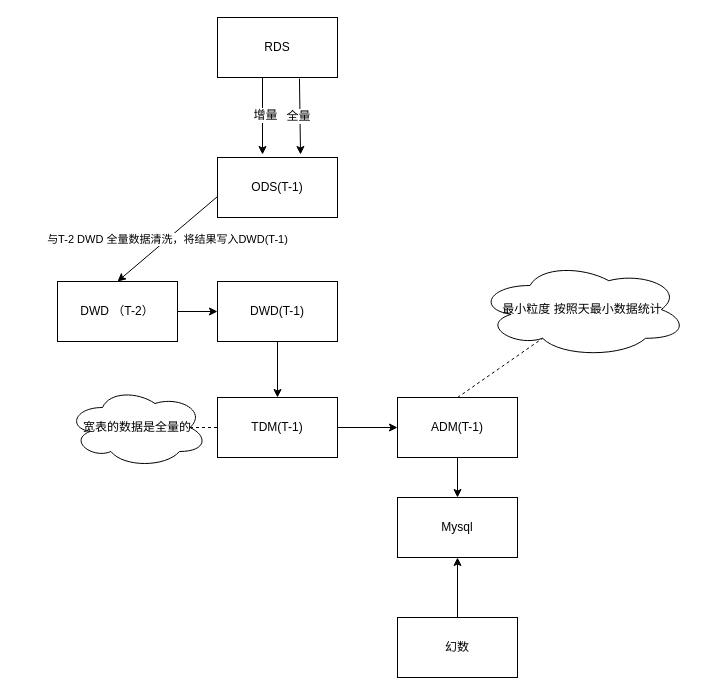
Earlier version of the draw.io diagram page "BI报表" (1 of 2) of 恒大人寿.drawio (xrh169/draw). Source tidied: cells renumbered, new cells numbered last; positions are measured from the earlier drawing's top-left corner, leaving out a move shared by most shapes. Both pictures are drawn from the tidied source at 100%, with x=0, y=0 at pixel (57, 17).
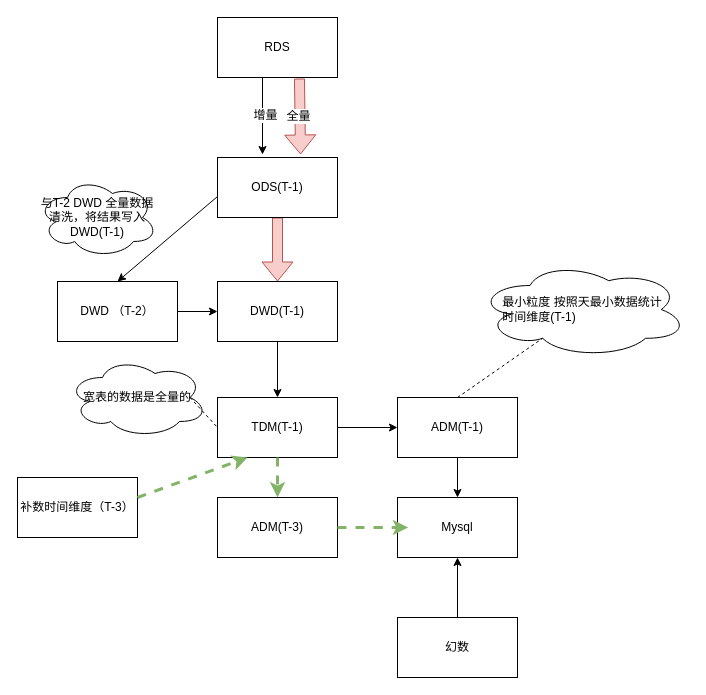
After the change.

The change refers to these unchanged cells:
```xml
<mxCell id="2" value="RDS" style="rounded=0;whiteSpace=wrap;html=1;" parent="1" vertex="1">
  <mxGeometry x="160" width="120" height="60" as="geometry" />
</mxCell>
<mxCell id="3" value="ODS(T-1)" style="rounded=0;whiteSpace=wrap;html=1;" parent="1" vertex="1">
  <mxGeometry x="160" y="140" width="120" height="60" as="geometry" />
</mxCell>
<mxCell id="9" value="DWD(T-1)" style="rounded=0;whiteSpace=wrap;html=1;" parent="1" vertex="1">
  <mxGeometry x="160" y="264" width="120" height="60" as="geometry" />
</mxCell>
<mxCell id="10" value="DWD （T-2）" style="rounded=0;whiteSpace=wrap;html=1;" parent="1" vertex="1">
  <mxGeometry y="264" width="120" height="60" as="geometry" />
</mxCell>
<mxCell id="11" value="TDM(T-1)" style="rounded=0;whiteSpace=wrap;html=1;" parent="1" vertex="1">
  <mxGeometry x="160" y="380" width="120" height="60" as="geometry" />
</mxCell>
```

The edit, as a diff of the source:
```diff
@@
+    <mxCell id="24" style="edgeStyle=orthogonalEdgeStyle;rounded=0;jettySize=auto;html=1;exitX=0.5;exitY=1;exitDx=0;exitDy=0;entryX=0.5;entryY=0;entryDx=0;entryDy=0;fillColor=#f8cecc;strokeColor=#b85450;shape=flexArrow;" parent="1" edge="1" source="3" target="9">
+      <mxGeometry relative="1" as="geometry" />
+    </mxCell>
@@
-    <mxCell id="6" style="endArrow=classic;html=1;exitX=0.683;exitY=1.017;exitDx=0;exitDy=0;exitPerimeter=0;entryX=0.692;entryY=-0.05;entryDx=0;entryDy=0;entryPerimeter=0;" parent="1" edge="1" source="2" target="3">
+    <mxCell id="6" style="endArrow=classic;html=1;exitX=0.683;exitY=1.017;exitDx=0;exitDy=0;exitPerimeter=0;entryX=0.692;entryY=-0.05;entryDx=0;entryDy=0;entryPerimeter=0;fillColor=#f8cecc;strokeColor=#b85450;shape=flexArrow;" parent="1" edge="1" source="2" target="3">
       <mxGeometry relative="1" as="geometry" />
     </mxCell>
@@
-    <mxCell id="14" value="与T-2 DWD 全量数据清洗，将结果写入DWD(T-1)" style="endArrow=classic;html=1;entryX=0.5;entryY=0;entryDx=0;entryDy=0;exitX=0;exitY=0.65;exitDx=0;exitDy=0;exitPerimeter=0;" parent="1" edge="1" source="3" target="10">
+    <mxCell id="14" style="endArrow=classic;html=1;entryX=0.5;entryY=0;entryDx=0;entryDy=0;exitX=0;exitY=0.65;exitDx=0;exitDy=0;exitPerimeter=0;" parent="1" edge="1" source="3" target="10">
       <mxGeometry relative="1" as="geometry" />
     </mxCell>
@@
-    <mxCell id="17" value="&lt;div style=&quot;text-align: left&quot;&gt;&lt;span&gt;最小粒度 按照天最小数据统计&lt;br&gt;&lt;/span&gt;&lt;/div&gt;" style="ellipse;shape=cloud;whiteSpace=wrap;html=1;" parent="1" vertex="1">
+    <mxCell id="17" value="&lt;div style=&quot;text-align: left&quot;&gt;&lt;span&gt;最小粒度 按照天最小数据统计&lt;br&gt;时间维度(T-1)&lt;/span&gt;&lt;/div&gt;" style="ellipse;shape=cloud;whiteSpace=wrap;html=1;" parent="1" vertex="1">
       <mxGeometry x="420" y="244" width="210" height="96" as="geometry" />
     </mxCell>
@@
     <mxCell id="21" value="宽表的数据是全量的" style="ellipse;shape=cloud;whiteSpace=wrap;html=1;" parent="1" vertex="1">
-      <mxGeometry x="10" y="370" width="140" height="80" as="geometry" />
+      <mxGeometry x="10" y="340" width="140" height="80" as="geometry" />
     </mxCell>
@@
+    <mxCell id="25" value="&lt;span&gt;与T-2 DWD 全量数据清洗，将结果写入DWD(T-1)&lt;/span&gt;" style="ellipse;shape=cloud;whiteSpace=wrap;html=1;" parent="1" vertex="1">
+      <mxGeometry x="-20" y="160" width="120" height="80" as="geometry" />
+    </mxCell>
+    <mxCell id="26" value="补数时间维度（T-3）" style="rounded=0;whiteSpace=wrap;html=1;" parent="1" vertex="1">
+      <mxGeometry x="-40" y="460" width="120" height="60" as="geometry" />
+    </mxCell>
+    <mxCell id="27" style="endArrow=classic;html=1;entryX=0.25;entryY=1;entryDx=0;entryDy=0;fillColor=#d5e8d4;strokeColor=#82b366;dashed=1;strokeWidth=3;" parent="1" edge="1" target="11">
+      <mxGeometry relative="1" as="geometry">
+        <mxPoint x="80" y="480" as="sourcePoint" />
+      </mxGeometry>
+    </mxCell>
+    <mxCell id="28" value="ADM(T-3)" style="rounded=0;whiteSpace=wrap;html=1;" parent="1" vertex="1">
+      <mxGeometry x="160" y="480" width="120" height="60" as="geometry" />
+    </mxCell>
+    <mxCell id="29" style="endArrow=classic;html=1;exitX=0.5;exitY=1;exitDx=0;exitDy=0;fillColor=#d5e8d4;strokeColor=#82b366;dashed=1;strokeWidth=3;" parent="1" edge="1" source="11" target="28">
+      <mxGeometry relative="1" as="geometry" />
+    </mxCell>
+    <mxCell id="30" style="endArrow=classic;html=1;dashed=1;strokeWidth=3;fillColor=#d5e8d4;strokeColor=#82b366;" parent="1" edge="1" source="28">
+      <mxGeometry relative="1" as="geometry">
+        <mxPoint x="350.7" y="510" as="targetPoint" />
+        <Array as="points">
+          <mxPoint x="330" y="510" />
+        </Array>
+      </mxGeometry>
+    </mxCell>
```
